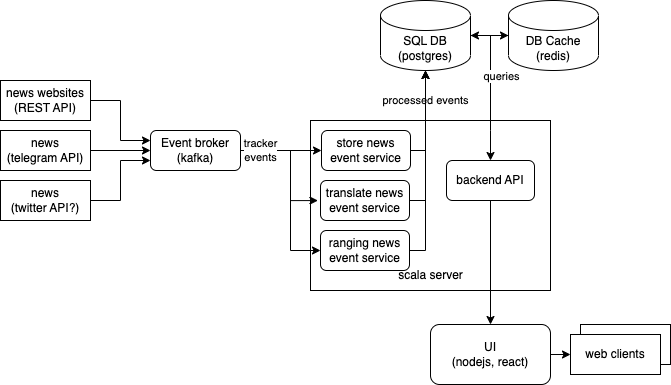
Earlier version of the draw.io export docs/newstracker.png (kabishev/news-tracker). Source tidied: cells renumbered, new cells last; positions are measured from the earlier drawing's top-left corner, leaving out a move shared by most shapes.
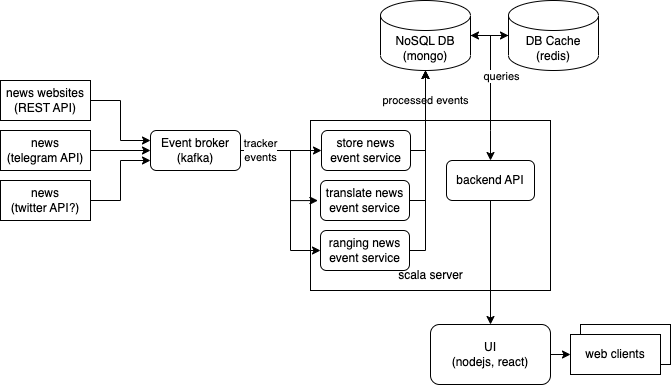
Above is the later version.

Commit message:
Adjust newstracker structure view

Change to the diagram source:
```diff
@@ -8,7 +8,7 @@
     <mxCell id="3" style="edgeStyle=orthogonalEdgeStyle;rounded=0;jettySize=auto;html=1;exitX=1;exitY=0.5;exitDx=0;exitDy=0;exitPerimeter=0;entryX=0;entryY=0.5;entryDx=0;entryDy=0;entryPerimeter=0;" parent="1" edge="1" source="4" target="6">
       <mxGeometry relative="1" as="geometry" />
     </mxCell>
-    <mxCell id="4" value="SQL DB (postgres)" style="shape=cylinder3;whiteSpace=wrap;html=1;boundedLbl=1;backgroundOutline=1;size=15;" parent="1" vertex="1">
+    <mxCell id="4" value="NoSQL DB (mongo)" style="shape=cylinder3;whiteSpace=wrap;html=1;boundedLbl=1;backgroundOutline=1;size=15;" parent="1" vertex="1">
       <mxGeometry x="380" width="90" height="70" as="geometry" />
     </mxCell>
     <mxCell id="5" style="edgeStyle=orthogonalEdgeStyle;rounded=0;jettySize=auto;html=1;exitX=0;exitY=0.5;exitDx=0;exitDy=0;exitPerimeter=0;entryX=1;entryY=0.5;entryDx=0;entryDy=0;entryPerimeter=0;" parent="1" edge="1" source="6" target="4">
```
